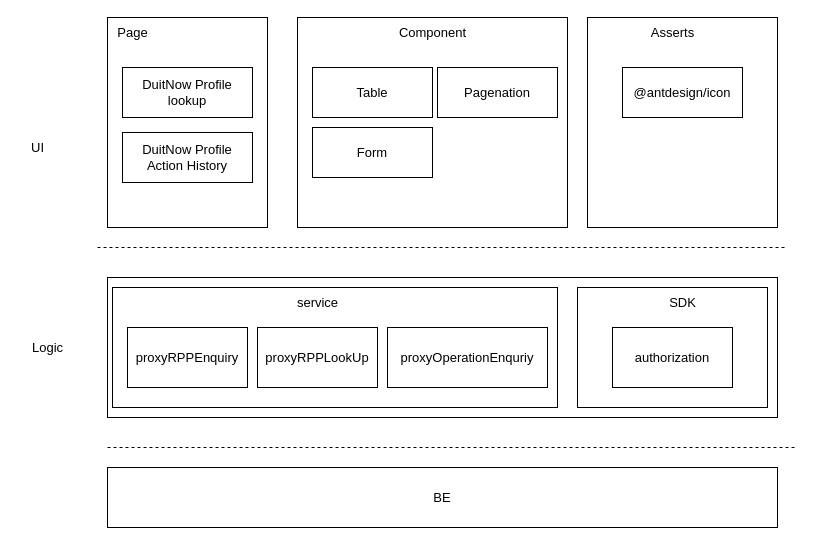
Earlier version of the draw.io diagram page "第 2 页" (2 of 2) of proxy-management.drawio (RexYao97/sfrex). Source tidied: cells renumbered, new cells numbered last; positions are measured from the earlier drawing's top-left corner, leaving out a move shared by most shapes. Both pictures are drawn from the tidied source at 100%, with x=0, y=0 at pixel (17, 17).
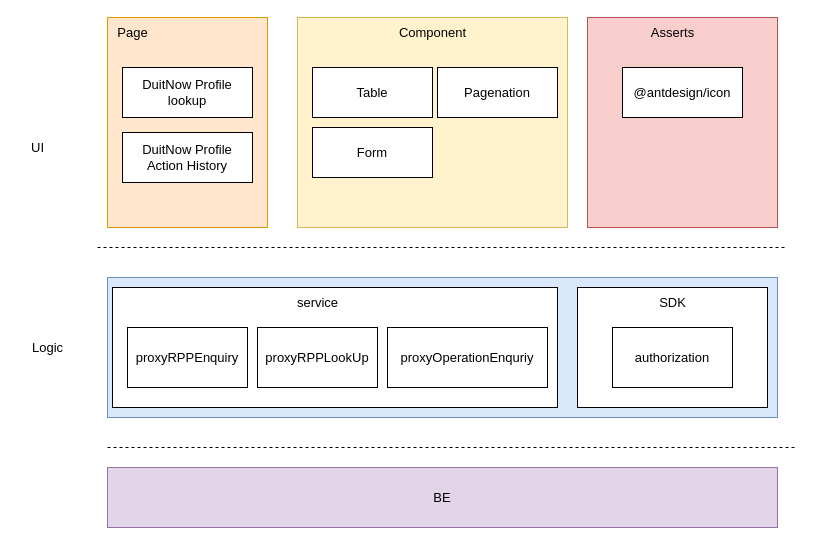
After the change.

What changed in the source:
```diff
@@
-    <mxCell id="2" style="rounded=0;whiteSpace=wrap;html=1;fontSize=13;" parent="1" vertex="1">
+    <mxCell id="2" style="rounded=0;whiteSpace=wrap;html=1;fontSize=13;fillColor=#ffe6cc;strokeColor=#d79b00;" parent="1" vertex="1">
       <mxGeometry x="90" width="160" height="210" as="geometry" />
     </mxCell>
@@
-    <mxCell id="5" style="rounded=0;whiteSpace=wrap;html=1;fontSize=13;" parent="1" vertex="1">
+    <mxCell id="5" style="rounded=0;whiteSpace=wrap;html=1;fontSize=13;fillColor=#fff2cc;strokeColor=#d6b656;" parent="1" vertex="1">
       <mxGeometry x="280" width="270" height="210" as="geometry" />
     </mxCell>
@@
-    <mxCell id="10" style="rounded=0;whiteSpace=wrap;html=1;fontSize=13;" parent="1" vertex="1">
+    <mxCell id="10" style="rounded=0;whiteSpace=wrap;html=1;fontSize=13;fillColor=#f8cecc;strokeColor=#b85450;" parent="1" vertex="1">
       <mxGeometry x="570" width="190" height="210" as="geometry" />
     </mxCell>
@@
-    <mxCell id="14" style="rounded=0;whiteSpace=wrap;html=1;fontSize=13;" parent="1" vertex="1">
+    <mxCell id="14" style="rounded=0;whiteSpace=wrap;html=1;fontSize=13;fillColor=#dae8fc;strokeColor=#6c8ebf;" parent="1" vertex="1">
       <mxGeometry x="90" y="260" width="670" height="140" as="geometry" />
     </mxCell>
@@
-    <mxCell id="18" value="BE" style="rounded=0;whiteSpace=wrap;html=1;fontSize=13;" parent="1" vertex="1">
+    <mxCell id="18" value="BE" style="rounded=0;whiteSpace=wrap;html=1;fontSize=13;fillColor=#e1d5e7;strokeColor=#9673a6;" parent="1" vertex="1">
       <mxGeometry x="90" y="450" width="670" height="60" as="geometry" />
     </mxCell>
@@
     <mxCell id="26" value="SDK" style="text;html=1;align=center;verticalAlign=middle;strokeColor=none;fillColor=none;fontSize=13;" parent="1" vertex="1">
-      <mxGeometry x="640" y="270" width="50" height="30" as="geometry" />
+      <mxGeometry x="630" y="270" width="50" height="30" as="geometry" />
     </mxCell>
```
